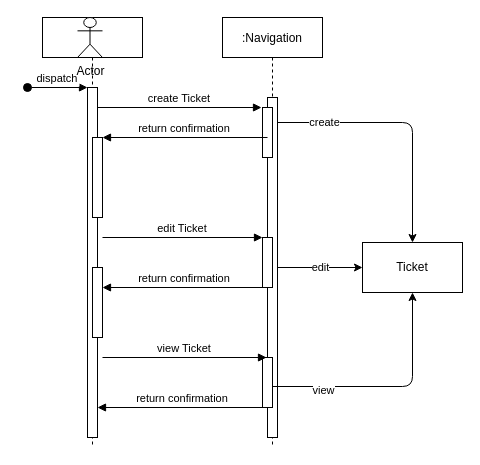
This is Documentation/Diagrams/Sequence Diagram/Sequence Diagram.drawio from baltermia/Gira-ConsoleV2, a draw.io file, before an edit. Source tidied: cells renumbered, new cells numbered last; positions are measured from the earlier drawing's top-left corner, leaving out a move shared by most shapes. Both pictures are drawn from the tidied source at 100%, with x=0, y=0 at pixel (27, 17).
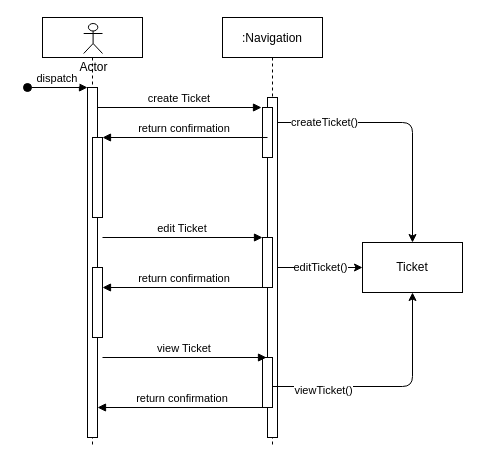
The same page after the edit.

Commit message (it also covers changes not shown here):
Updated sequence diagram

Unchanged cells that the change refers to:
```xml
<mxCell id="2" style="shape=umlLifeline;perimeter=lifelinePerimeter;rounded=0;shadow=0;strokeWidth=1;" parent="1" vertex="1">
  <mxGeometry x="15" width="100" height="430" as="geometry" />
</mxCell>
<mxCell id="9" style="points=[];perimeter=orthogonalPerimeter;rounded=0;shadow=0;strokeWidth=1;" parent="8" vertex="1">
  <mxGeometry x="45" y="80" width="10" height="340" as="geometry" />
</mxCell>
<mxCell id="15" style="endArrow=classic;html=1;entryX=0.5;entryY=0;entryDx=0;entryDy=0;" parent="1" edge="1" source="9" target="17">
  <mxGeometry relative="1" as="geometry">
    <Array as="points">
      <mxPoint x="385" y="105" />
    </Array>
  </mxGeometry>
</mxCell>
<mxCell id="17" value="Ticket" style="rounded=0;whiteSpace=wrap;html=1;" parent="1" vertex="1">
  <mxGeometry x="335" y="225" width="100" height="50" as="geometry" />
</mxCell>
<mxCell id="23" style="endArrow=classic;html=1;exitX=1;exitY=0.58;exitDx=0;exitDy=0;exitPerimeter=0;entryX=0.5;entryY=1;entryDx=0;entryDy=0;" parent="1" edge="1" source="12" target="17">
  <mxGeometry relative="1" as="geometry">
    <Array as="points">
      <mxPoint x="385" y="369" />
    </Array>
  </mxGeometry>
</mxCell>
```

Change to the diagram source:
```diff
@@
     <mxCell id="6" value="Actor" style="shape=umlActor;verticalLabelPosition=bottom;verticalAlign=top;html=1;" parent="2" vertex="1">
-      <mxGeometry x="35" width="25" height="40" as="geometry" />
+      <mxGeometry x="41.2" y="6" width="18.8" height="30" as="geometry" />
     </mxCell>
@@
-    <mxCell id="16" value="create" style="edgeLabel;html=1;align=center;verticalAlign=middle;" parent="15" vertex="1">
+    <mxCell id="16" value="createTicket()" style="edgeLabel;html=1;align=center;verticalAlign=middle;" parent="15" vertex="1">
       <mxGeometry x="-0.29" y="1" relative="1" as="geometry">
         <mxPoint x="-45" as="offset" />
       </mxGeometry>
     </mxCell>
@@
-    <mxCell id="19" value="edit" style="endArrow=classic;html=1;entryX=0;entryY=0.5;entryDx=0;entryDy=0;" parent="1" edge="1" source="9" target="17">
+    <mxCell id="19" value="editTicket()" style="endArrow=classic;html=1;entryX=0;entryY=0.5;entryDx=0;entryDy=0;" parent="1" edge="1" source="9" target="17">
       <mxGeometry relative="1" as="geometry" />
     </mxCell>
@@
-    <mxCell id="24" value="view" style="edgeLabel;html=1;align=center;verticalAlign=middle;" parent="23" vertex="1">
+    <mxCell id="24" value="viewTicket()" style="edgeLabel;html=1;align=center;verticalAlign=middle;" parent="23" vertex="1">
       <mxGeometry x="-0.22" y="-3" relative="1" as="geometry">
         <mxPoint x="-41" as="offset" />
       </mxGeometry>
     </mxCell>
```
